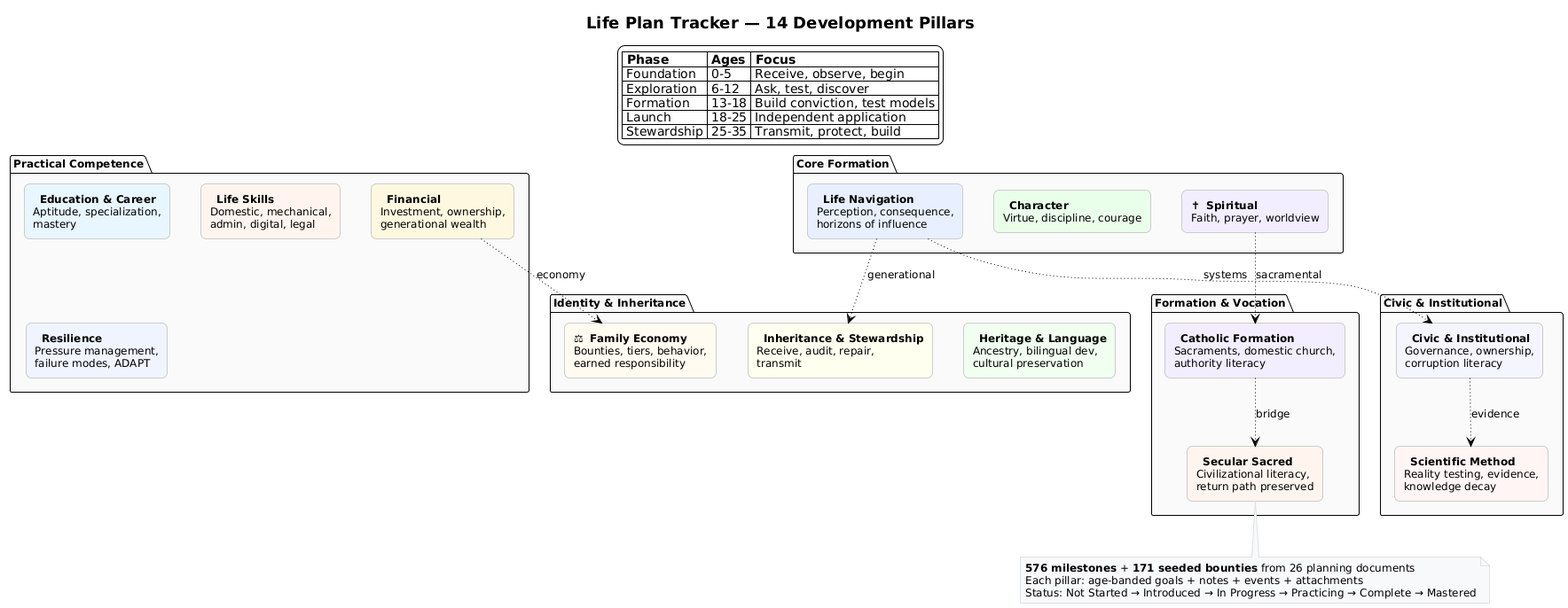
The PlantUML diagram diagrams/pillars_all.png in vampireLibrarianMonk/life_planning, before a commit.
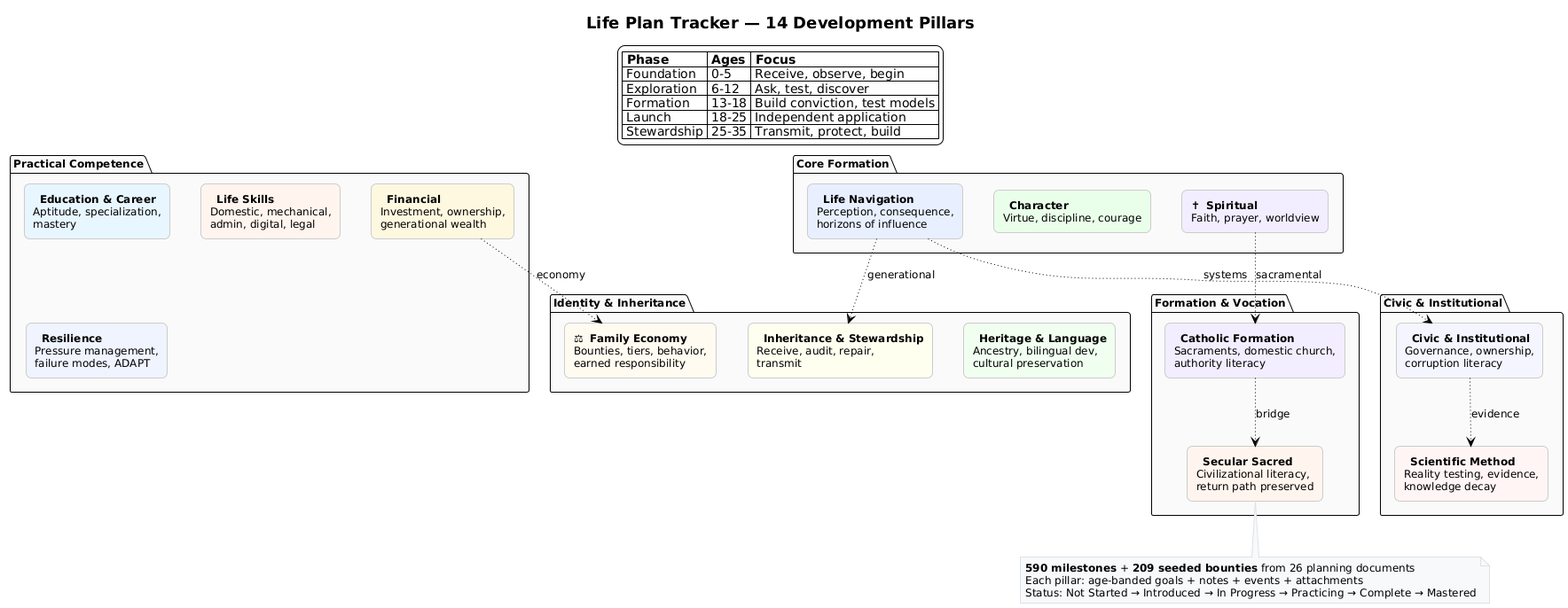
After the commit.

Change to the diagram source:
```diff
@@ -63,7 +63,7 @@
 ci -[dotted]-> sm : evidence
 
 note bottom
-  **576 milestones** + **171 seeded bounties** from 26 planning documents
+  **590 milestones** + **209 seeded bounties** from 26 planning documents
   Each pillar: age-banded goals + notes + events + attachments
   Status: Not Started → Introduced → In Progress → Practicing → Complete → Mastered
 end note
```
